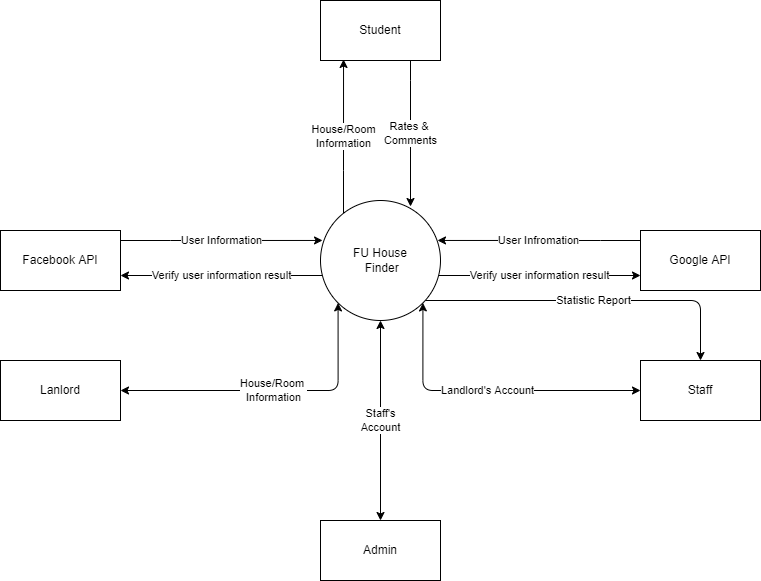
Earlier version of the draw.io export Documentation/Diagram/Context Diagram.drawio.png (nguyenthegiang/fu-house-finder). Source tidied: cells renumbered, new cells last; positions are measured from the earlier drawing's top-left corner, leaving out a move shared by most shapes. Its diagram source:
```xml
<mxGraphModel>
  <root>
    <mxCell id="0" />
    <mxCell id="1" parent="0" />
    <mxCell id="2" value="Verify user information result" style="edgeStyle=orthogonalEdgeStyle;rounded=0;jettySize=auto;html=1;entryX=1;entryY=0.75;entryDx=0;entryDy=0;" parent="1" edge="1" source="6" target="8">
      <mxGeometry relative="1" as="geometry">
        <Array as="points">
          <mxPoint x="270" y="275" />
          <mxPoint x="270" y="275" />
        </Array>
      </mxGeometry>
    </mxCell>
    <mxCell id="3" value="Verify user information result" style="edgeStyle=orthogonalEdgeStyle;rounded=0;jettySize=auto;html=1;entryX=0;entryY=0.75;entryDx=0;entryDy=0;" parent="1" edge="1" source="6" target="10">
      <mxGeometry relative="1" as="geometry">
        <Array as="points">
          <mxPoint x="500" y="275" />
          <mxPoint x="500" y="275" />
        </Array>
      </mxGeometry>
    </mxCell>
    <mxCell id="4" value="House/Room&lt;br&gt;Information" style="edgeStyle=orthogonalEdgeStyle;rounded=0;jettySize=auto;html=1;entryX=0.192;entryY=0.983;entryDx=0;entryDy=0;entryPerimeter=0;" parent="1" edge="1" source="6" target="12">
      <mxGeometry relative="1" as="geometry">
        <Array as="points">
          <mxPoint x="343" y="170" />
          <mxPoint x="343" y="170" />
        </Array>
      </mxGeometry>
    </mxCell>
    <mxCell id="5" value="Statistic Report" style="edgeStyle=orthogonalEdgeStyle;rounded=1;jettySize=auto;html=1;entryX=0.5;entryY=0;entryDx=0;entryDy=0;startArrow=none;startFill=0;endArrow=classic;endFill=1;" parent="1" edge="1" source="6" target="16">
      <mxGeometry relative="1" as="geometry">
        <Array as="points">
          <mxPoint x="700" y="300" />
        </Array>
      </mxGeometry>
    </mxCell>
    <mxCell id="6" value="FU House&lt;br&gt;&amp;nbsp;Finder" style="ellipse;whiteSpace=wrap;html=1;" parent="1" vertex="1">
      <mxGeometry x="320" y="200" width="120" height="120" as="geometry" />
    </mxCell>
    <mxCell id="7" value="User Information" style="edgeStyle=orthogonalEdgeStyle;rounded=0;jettySize=auto;html=1;entryX=0.017;entryY=0.333;entryDx=0;entryDy=0;entryPerimeter=0;" parent="1" edge="1" source="8" target="6">
      <mxGeometry relative="1" as="geometry">
        <Array as="points">
          <mxPoint x="170" y="240" />
          <mxPoint x="170" y="240" />
        </Array>
      </mxGeometry>
    </mxCell>
    <mxCell id="8" value="Facebook API" style="rounded=0;whiteSpace=wrap;html=1;" parent="1" vertex="1">
      <mxGeometry y="230" width="120" height="60" as="geometry" />
    </mxCell>
    <mxCell id="9" value="User Infromation" style="edgeStyle=orthogonalEdgeStyle;rounded=0;jettySize=auto;html=1;entryX=0.975;entryY=0.333;entryDx=0;entryDy=0;entryPerimeter=0;" parent="1" edge="1" source="10" target="6">
      <mxGeometry relative="1" as="geometry">
        <Array as="points">
          <mxPoint x="600" y="240" />
          <mxPoint x="600" y="240" />
        </Array>
      </mxGeometry>
    </mxCell>
    <mxCell id="10" value="Google API" style="rounded=0;whiteSpace=wrap;html=1;" parent="1" vertex="1">
      <mxGeometry x="640" y="230" width="120" height="60" as="geometry" />
    </mxCell>
    <mxCell id="11" value="Rates &amp;amp; &lt;br&gt;Comments" style="edgeStyle=orthogonalEdgeStyle;rounded=0;jettySize=auto;html=1;entryX=0.75;entryY=0.05;entryDx=0;entryDy=0;entryPerimeter=0;" parent="1" edge="1" source="12" target="6">
      <mxGeometry relative="1" as="geometry">
        <Array as="points">
          <mxPoint x="410" y="80" />
          <mxPoint x="410" y="80" />
        </Array>
      </mxGeometry>
    </mxCell>
    <mxCell id="12" value="Student" style="rounded=0;whiteSpace=wrap;html=1;" parent="1" vertex="1">
      <mxGeometry x="320" width="120" height="60" as="geometry" />
    </mxCell>
    <mxCell id="13" value="House/Room&amp;nbsp;&lt;br&gt;Information" style="edgeStyle=orthogonalEdgeStyle;rounded=1;jettySize=auto;html=1;entryX=0;entryY=1;entryDx=0;entryDy=0;endArrow=classic;endFill=1;startArrow=classic;startFill=1;" parent="1" edge="1" source="14" target="6">
      <mxGeometry relative="1" as="geometry" />
    </mxCell>
    <mxCell id="14" value="Lanlord" style="rounded=0;whiteSpace=wrap;html=1;" parent="1" vertex="1">
      <mxGeometry y="360" width="120" height="60" as="geometry" />
    </mxCell>
    <mxCell id="15" value="Landlord's Account" style="edgeStyle=orthogonalEdgeStyle;rounded=1;jettySize=auto;html=1;entryX=1;entryY=1;entryDx=0;entryDy=0;startArrow=classic;startFill=1;" parent="1" edge="1" source="16" target="6">
      <mxGeometry relative="1" as="geometry">
        <Array as="points">
          <mxPoint x="422" y="390" />
        </Array>
      </mxGeometry>
    </mxCell>
    <mxCell id="16" value="Staff" style="rounded=0;whiteSpace=wrap;html=1;" parent="1" vertex="1">
      <mxGeometry x="640" y="360" width="120" height="60" as="geometry" />
    </mxCell>
    <mxCell id="17" value="Staff's&lt;br&gt;Account" style="edgeStyle=orthogonalEdgeStyle;rounded=1;jettySize=auto;html=1;entryX=0.5;entryY=1;entryDx=0;entryDy=0;startArrow=classic;startFill=1;endArrow=classic;endFill=1;" parent="1" edge="1" source="18" target="6">
      <mxGeometry relative="1" as="geometry" />
    </mxCell>
    <mxCell id="18" value="Admin" style="rounded=0;whiteSpace=wrap;html=1;" parent="1" vertex="1">
      <mxGeometry x="320" y="520" width="120" height="60" as="geometry" />
    </mxCell>
  </root>
</mxGraphModel>
```
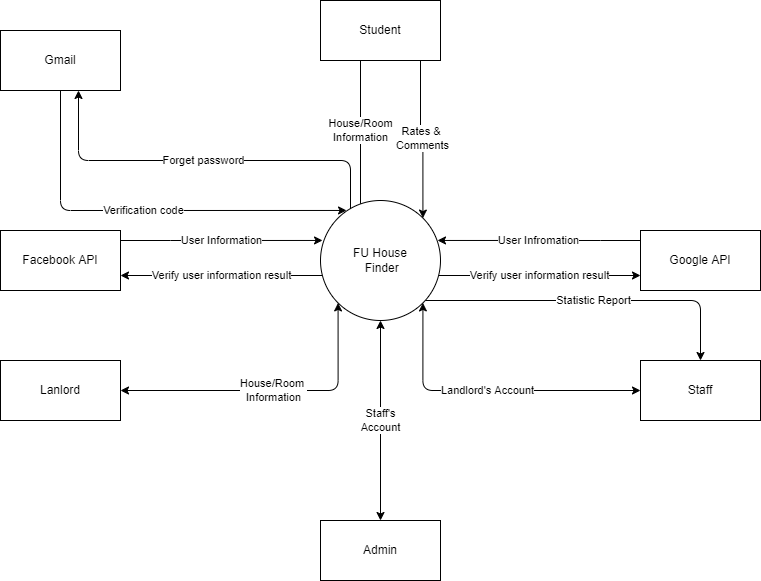
The same file after the commit.

Commit message:
[Documentation] Report 3 - SRS:

{Update} Context Diagram

What changed in the source:
```diff
@@ -18,11 +18,10 @@
         </Array>
       </mxGeometry>
     </mxCell>
-    <mxCell id="4" value="House/Room&lt;br&gt;Information" style="edgeStyle=orthogonalEdgeStyle;rounded=0;jettySize=auto;html=1;entryX=0.192;entryY=0.983;entryDx=0;entryDy=0;entryPerimeter=0;" parent="1" edge="1" source="6" target="12">
+    <mxCell id="4" value="House/Room&lt;br&gt;Information" style="edgeStyle=orthogonalEdgeStyle;rounded=0;jettySize=auto;html=1;entryX=0.325;entryY=1;entryDx=0;entryDy=0;entryPerimeter=0;" parent="1" edge="1" source="6" target="12">
       <mxGeometry relative="1" as="geometry">
         <Array as="points">
-          <mxPoint x="343" y="170" />
-          <mxPoint x="343" y="170" />
+          <mxPoint x="360" y="59" />
         </Array>
       </mxGeometry>
     </mxCell>
@@ -33,6 +32,14 @@
         </Array>
       </mxGeometry>
     </mxCell>
+    <mxCell id="19" value="Forget password" style="edgeStyle=orthogonalEdgeStyle;rounded=1;jettySize=auto;html=1;entryX=0.65;entryY=1;entryDx=0;entryDy=0;entryPerimeter=0;" parent="1" edge="1" source="6" target="21">
+      <mxGeometry relative="1" as="geometry">
+        <Array as="points">
+          <mxPoint x="350" y="160" />
+          <mxPoint x="78" y="160" />
+        </Array>
+      </mxGeometry>
+    </mxCell>
     <mxCell id="6" value="FU House&lt;br&gt;&amp;nbsp;Finder" style="ellipse;whiteSpace=wrap;html=1;" parent="1" vertex="1">
       <mxGeometry x="320" y="200" width="120" height="120" as="geometry" />
     </mxCell>
@@ -58,11 +65,11 @@
     <mxCell id="10" value="Google API" style="rounded=0;whiteSpace=wrap;html=1;" parent="1" vertex="1">
       <mxGeometry x="640" y="230" width="120" height="60" as="geometry" />
     </mxCell>
-    <mxCell id="11" value="Rates &amp;amp; &lt;br&gt;Comments" style="edgeStyle=orthogonalEdgeStyle;rounded=0;jettySize=auto;html=1;entryX=0.75;entryY=0.05;entryDx=0;entryDy=0;entryPerimeter=0;" parent="1" edge="1" source="12" target="6">
+    <mxCell id="11" value="Rates &amp;amp; &lt;br&gt;Comments" style="edgeStyle=orthogonalEdgeStyle;rounded=0;jettySize=auto;html=1;entryX=1;entryY=0;entryDx=0;entryDy=0;" parent="1" edge="1" source="12" target="6">
       <mxGeometry relative="1" as="geometry">
         <Array as="points">
-          <mxPoint x="410" y="80" />
-          <mxPoint x="410" y="80" />
+          <mxPoint x="420" y="133" />
+          <mxPoint x="422" y="133" />
         </Array>
       </mxGeometry>
     </mxCell>
@@ -91,5 +98,15 @@
     <mxCell id="18" value="Admin" style="rounded=0;whiteSpace=wrap;html=1;" parent="1" vertex="1">
       <mxGeometry x="320" y="520" width="120" height="60" as="geometry" />
     </mxCell>
+    <mxCell id="20" value="Verification code" style="edgeStyle=orthogonalEdgeStyle;rounded=1;jettySize=auto;html=1;entryX=0.217;entryY=0.083;entryDx=0;entryDy=0;entryPerimeter=0;" parent="1" edge="1" source="21" target="6">
+      <mxGeometry relative="1" as="geometry">
+        <Array as="points">
+          <mxPoint x="60" y="210" />
+        </Array>
+      </mxGeometry>
+    </mxCell>
+    <mxCell id="21" value="Gmail" style="rounded=0;whiteSpace=wrap;html=1;" parent="1" vertex="1">
+      <mxGeometry y="30" width="120" height="60" as="geometry" />
+    </mxCell>
   </root>
 </mxGraphModel>
```
